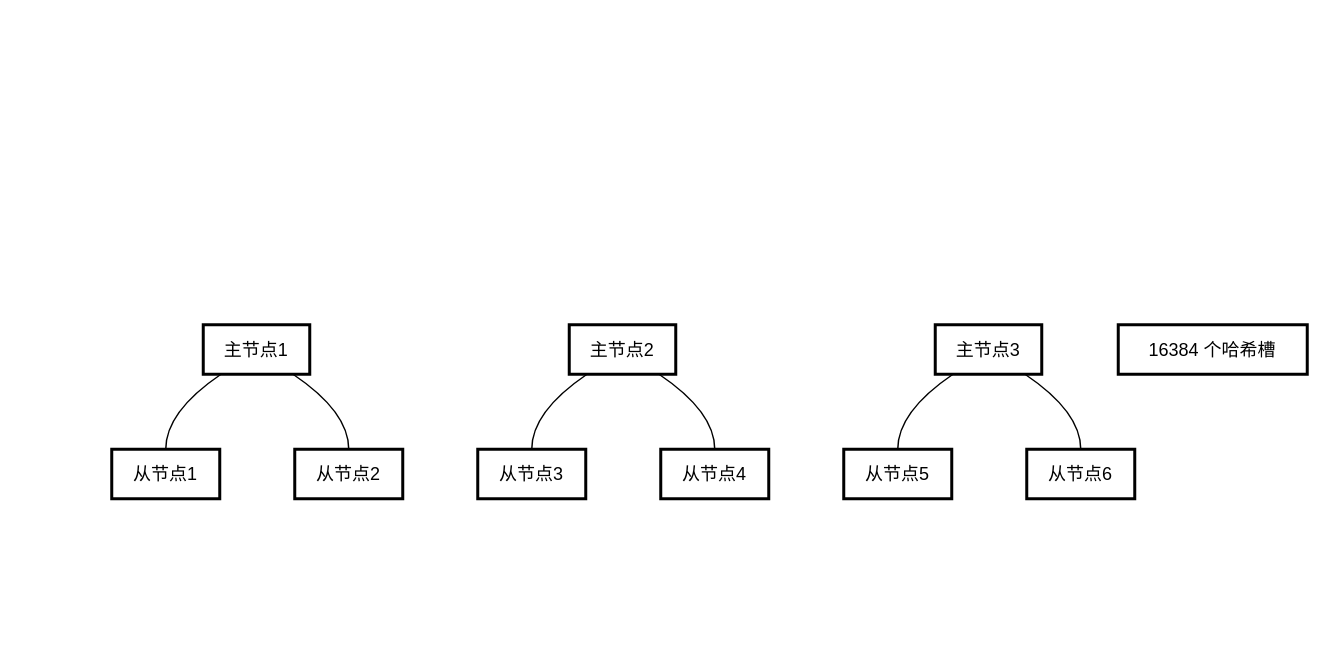
Before: redis.drawio in BJPotter/drawio, a draw.io diagram. Source tidied: cells renumbered, new cells numbered last; positions are measured from the earlier drawing's top-left corner, leaving out a move shared by most shapes. Both pictures are drawn from the tidied source at 150%, with x=0, y=0 at pixel (111, 324).
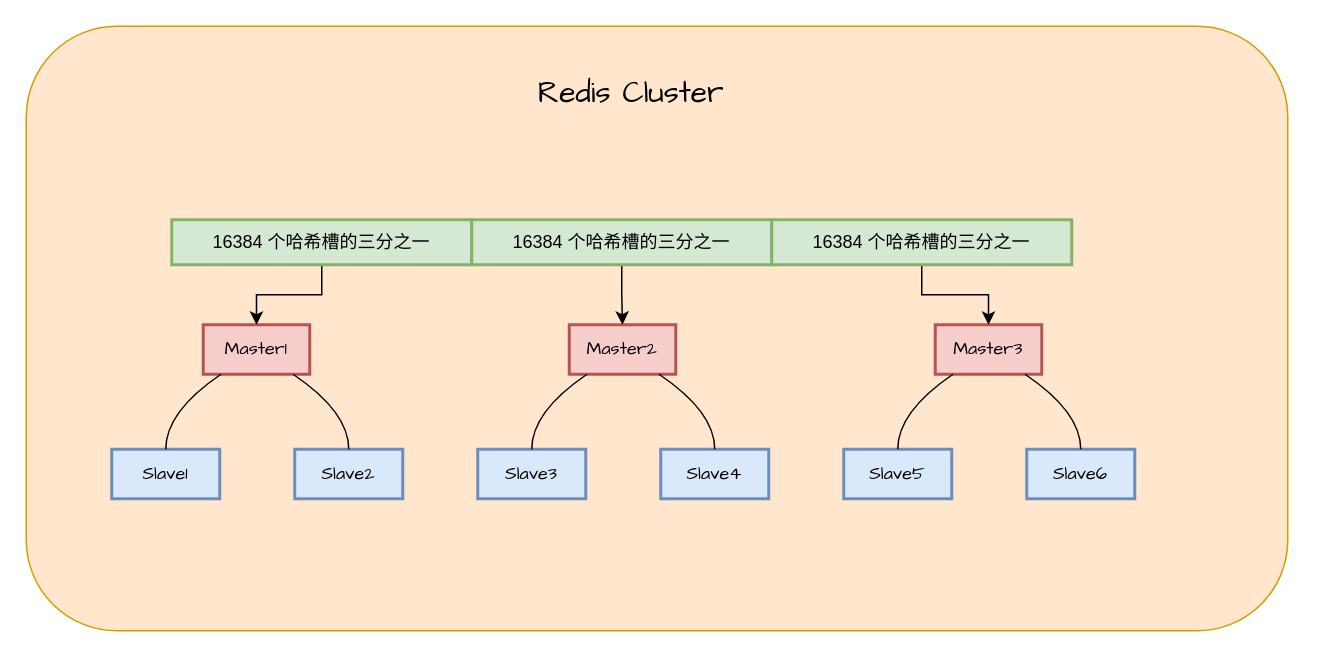
The same page after the edit.

Diff of the diagram source:
```diff
@@
+    <mxCell id="18" style="rounded=1;whiteSpace=wrap;html=1;fillColor=#ffe6cc;strokeColor=#d79b00;" parent="1" vertex="1">
+      <mxGeometry x="-57" y="-199" width="841" height="403" as="geometry" />
+    </mxCell>
-    <mxCell id="2" value="主节点1" style="whiteSpace=wrap;strokeWidth=2;" parent="1" vertex="1">
+    <mxCell id="2" value="Master1" style="whiteSpace=wrap;strokeWidth=2;fillColor=#f8cecc;strokeColor=#b85450;fontFamily=Comic Sans MS;" parent="1" vertex="1">
       <mxGeometry x="61" width="71" height="33" as="geometry" />
     </mxCell>
-    <mxCell id="3" value="从节点1" style="whiteSpace=wrap;strokeWidth=2;" parent="1" vertex="1">
+    <mxCell id="3" value="Slave1" style="whiteSpace=wrap;strokeWidth=2;fillColor=#dae8fc;strokeColor=#6c8ebf;fontFamily=Comic Sans MS;" parent="1" vertex="1">
       <mxGeometry y="83" width="72" height="33" as="geometry" />
     </mxCell>
-    <mxCell id="4" value="从节点2" style="whiteSpace=wrap;strokeWidth=2;" parent="1" vertex="1">
+    <mxCell id="4" value="Slave2" style="whiteSpace=wrap;strokeWidth=2;fillColor=#dae8fc;strokeColor=#6c8ebf;fontFamily=Comic Sans MS;" parent="1" vertex="1">
       <mxGeometry x="122" y="83" width="72" height="33" as="geometry" />
     </mxCell>
-    <mxCell id="5" value="主节点2" style="whiteSpace=wrap;strokeWidth=2;" parent="1" vertex="1">
+    <mxCell id="5" value="Master2" style="whiteSpace=wrap;strokeWidth=2;fillColor=#f8cecc;strokeColor=#b85450;fontFamily=Comic Sans MS;" parent="1" vertex="1">
       <mxGeometry x="305" width="71" height="33" as="geometry" />
     </mxCell>
-    <mxCell id="6" value="从节点3" style="whiteSpace=wrap;strokeWidth=2;" parent="1" vertex="1">
+    <mxCell id="6" value="Slave3" style="whiteSpace=wrap;strokeWidth=2;fillColor=#dae8fc;strokeColor=#6c8ebf;fontFamily=Comic Sans MS;" parent="1" vertex="1">
       <mxGeometry x="244" y="83" width="72" height="33" as="geometry" />
     </mxCell>
-    <mxCell id="7" value="从节点4" style="whiteSpace=wrap;strokeWidth=2;" parent="1" vertex="1">
+    <mxCell id="7" value="Slave4" style="whiteSpace=wrap;strokeWidth=2;fillColor=#dae8fc;strokeColor=#6c8ebf;fontFamily=Comic Sans MS;" parent="1" vertex="1">
       <mxGeometry x="366" y="83" width="72" height="33" as="geometry" />
     </mxCell>
-    <mxCell id="8" value="主节点3" style="whiteSpace=wrap;strokeWidth=2;" parent="1" vertex="1">
+    <mxCell id="8" value="Master3" style="whiteSpace=wrap;strokeWidth=2;fillColor=#f8cecc;strokeColor=#b85450;fontFamily=Comic Sans MS;" parent="1" vertex="1">
       <mxGeometry x="549" width="71" height="33" as="geometry" />
     </mxCell>
-    <mxCell id="9" value="从节点5" style="whiteSpace=wrap;strokeWidth=2;" parent="1" vertex="1">
+    <mxCell id="9" value="Slave5" style="whiteSpace=wrap;strokeWidth=2;fillColor=#dae8fc;strokeColor=#6c8ebf;fontFamily=Comic Sans MS;" parent="1" vertex="1">
       <mxGeometry x="488" y="83" width="72" height="33" as="geometry" />
     </mxCell>
-    <mxCell id="10" value="从节点6" style="whiteSpace=wrap;strokeWidth=2;" parent="1" vertex="1">
+    <mxCell id="10" value="Slave6" style="whiteSpace=wrap;strokeWidth=2;fillColor=#dae8fc;strokeColor=#6c8ebf;fontFamily=Comic Sans MS;" parent="1" vertex="1">
       <mxGeometry x="610" y="83" width="72" height="33" as="geometry" />
     </mxCell>
+    <mxCell id="19" style="edgeStyle=orthogonalEdgeStyle;rounded=0;jettySize=auto;html=1;entryX=0.5;entryY=0;entryDx=0;entryDy=0;" parent="1" edge="1" source="11" target="2">
+      <mxGeometry relative="1" as="geometry" />
+    </mxCell>
-    <mxCell id="11" value="16384 个哈希槽" style="whiteSpace=wrap;strokeWidth=2;" parent="1" vertex="1">
-      <mxGeometry x="671" width="126" height="33" as="geometry" />
+    <mxCell id="11" value="16384 个哈希槽的三分之一" style="whiteSpace=wrap;strokeWidth=2;fillColor=#d5e8d4;strokeColor=#82b366;" parent="1" vertex="1">
+      <mxGeometry x="40" y="-70" width="200" height="30" as="geometry" />
     </mxCell>
@@
+    <mxCell id="20" style="edgeStyle=orthogonalEdgeStyle;rounded=0;jettySize=auto;html=1;entryX=0.5;entryY=0;entryDx=0;entryDy=0;" parent="1" edge="1" source="21" target="5">
+      <mxGeometry relative="1" as="geometry" />
+    </mxCell>
+    <mxCell id="21" value="16384 个哈希槽的三分之一" style="whiteSpace=wrap;strokeWidth=2;fillColor=#d5e8d4;strokeColor=#82b366;" parent="1" vertex="1">
+      <mxGeometry x="240" y="-70" width="200" height="30" as="geometry" />
+    </mxCell>
+    <mxCell id="22" style="edgeStyle=orthogonalEdgeStyle;rounded=0;jettySize=auto;html=1;entryX=0.5;entryY=0;entryDx=0;entryDy=0;" parent="1" edge="1" source="23" target="8">
+      <mxGeometry relative="1" as="geometry" />
+    </mxCell>
+    <mxCell id="23" value="16384 个哈希槽的三分之一" style="whiteSpace=wrap;strokeWidth=2;fillColor=#d5e8d4;strokeColor=#82b366;" parent="1" vertex="1">
+      <mxGeometry x="440" y="-70" width="200" height="30" as="geometry" />
+    </mxCell>
+    <mxCell id="24" value="Redis Cluster" style="text;html=1;align=center;verticalAlign=middle;whiteSpace=wrap;rounded=0;fontFamily=Comic Sans MS;fontSize=20;" parent="1" vertex="1">
+      <mxGeometry x="218" y="-176" width="257" height="41" as="geometry" />
+    </mxCell>
```
